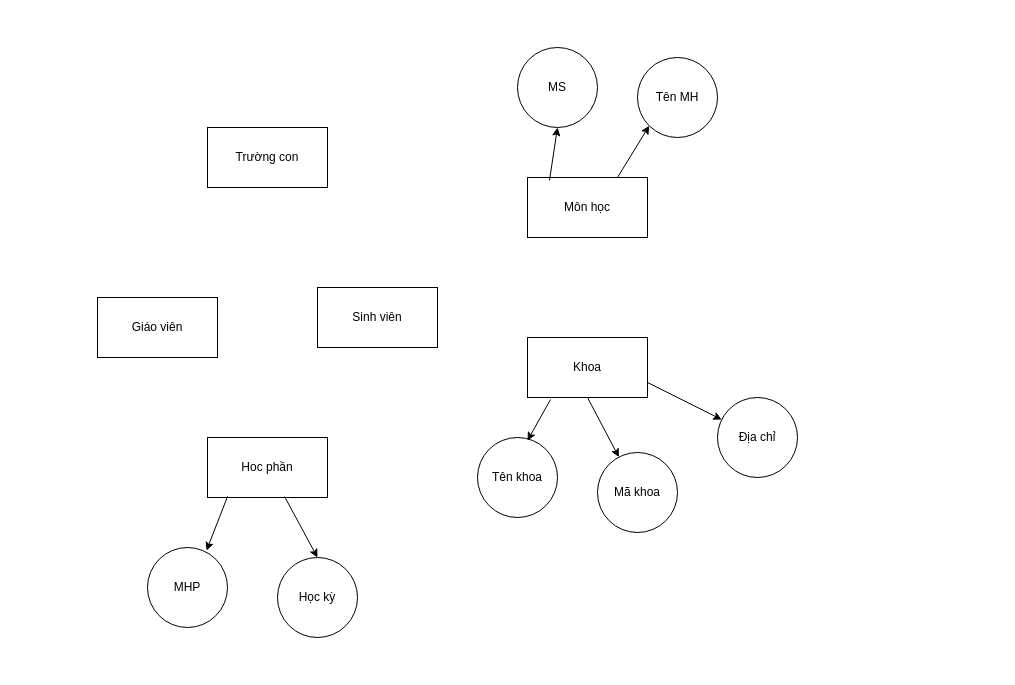
Above: luoc_do_ER_so6.drawio in Drizzle210/hello-world (draw.io), before the change. Source tidied: cells renumbered, new cells numbered last; positions are measured from the earlier drawing's top-left corner, leaving out a move shared by most shapes. Both pictures are drawn from the tidied source at 100%, with x=0, y=0 at pixel (97, 47).
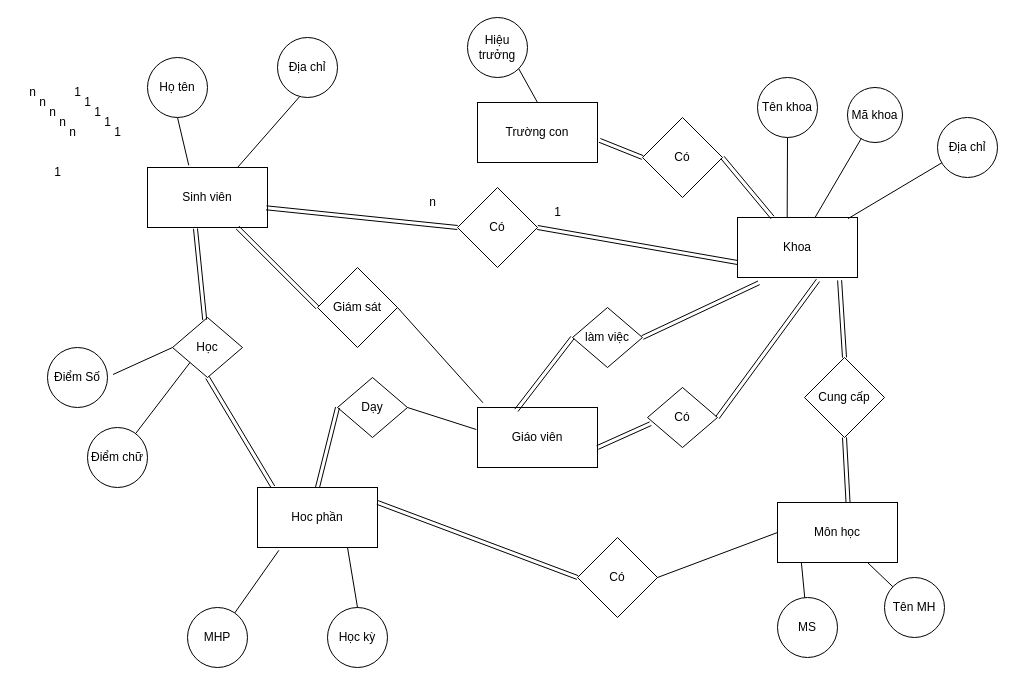
After the change.

Commit message:
Cập nhật luoc_do_ER_so6.drawio

The edit, as a diff of the source:
```diff
@@
     <mxCell id="2" value="Trường con" style="rounded=0;whiteSpace=wrap;html=1;" parent="1" vertex="1">
-      <mxGeometry x="110" y="80" width="120" height="60" as="geometry" />
+      <mxGeometry x="380" y="55" width="120" height="60" as="geometry" />
     </mxCell>
     <mxCell id="3" value="Khoa" style="rounded=0;whiteSpace=wrap;html=1;" parent="1" vertex="1">
-      <mxGeometry x="430" y="290" width="120" height="60" as="geometry" />
+      <mxGeometry x="640" y="170" width="120" height="60" as="geometry" />
     </mxCell>
     <mxCell id="4" value="Tên khoa" style="ellipse;whiteSpace=wrap;html=1;" parent="1" vertex="1">
-      <mxGeometry x="380" y="390" width="80" height="80" as="geometry" />
+      <mxGeometry x="660" y="30" width="60" height="60" as="geometry" />
     </mxCell>
     <mxCell id="5" value="Mã khoa" style="ellipse;whiteSpace=wrap;html=1;" parent="1" vertex="1">
-      <mxGeometry x="500" y="405" width="80" height="80" as="geometry" />
+      <mxGeometry x="750" y="40" width="55" height="55" as="geometry" />
     </mxCell>
     <mxCell id="6" value="Địa chỉ" style="ellipse;whiteSpace=wrap;html=1;" parent="1" vertex="1">
-      <mxGeometry x="620" y="350" width="80" height="80" as="geometry" />
+      <mxGeometry x="840" y="70" width="60" height="60" as="geometry" />
     </mxCell>
+    <mxCell id="10" value="Môn học" style="rounded=0;whiteSpace=wrap;html=1;" parent="1" vertex="1">
+      <mxGeometry x="680" y="455" width="120" height="60" as="geometry" />
+    </mxCell>
+    <mxCell id="11" value="Tên MH" style="ellipse;whiteSpace=wrap;html=1;" parent="1" vertex="1">
+      <mxGeometry x="787" y="530" width="60" height="60" as="geometry" />
+    </mxCell>
+    <mxCell id="12" value="MS" style="ellipse;whiteSpace=wrap;html=1;" parent="1" vertex="1">
+      <mxGeometry x="680" y="550" width="60" height="60" as="geometry" />
+    </mxCell>
+    <mxCell id="15" value="Hoc phần" style="rounded=0;whiteSpace=wrap;html=1;" parent="1" vertex="1">
+      <mxGeometry x="160" y="440" width="120" height="60" as="geometry" />
+    </mxCell>
+    <mxCell id="16" value="MHP" style="ellipse;whiteSpace=wrap;html=1;" parent="1" vertex="1">
+      <mxGeometry x="90" y="560" width="60" height="60" as="geometry" />
+    </mxCell>
+    <mxCell id="17" value="Học kỳ" style="ellipse;whiteSpace=wrap;html=1;" parent="1" vertex="1">
+      <mxGeometry x="230" y="560" width="60" height="60" as="geometry" />
+    </mxCell>
+    <mxCell id="20" value="Giáo viên" style="rounded=0;whiteSpace=wrap;html=1;" parent="1" vertex="1">
+      <mxGeometry x="380" y="360" width="120" height="60" as="geometry" />
+    </mxCell>
+    <mxCell id="21" value="Sinh viên" style="rounded=0;whiteSpace=wrap;html=1;" parent="1" vertex="1">
+      <mxGeometry x="50" y="120" width="120" height="60" as="geometry" />
+    </mxCell>
+    <mxCell id="22" value="Họ tên" style="ellipse;whiteSpace=wrap;html=1;" parent="1" vertex="1">
+      <mxGeometry x="50" y="10" width="60" height="60" as="geometry" />
+    </mxCell>
+    <mxCell id="23" value="Địa chỉ" style="ellipse;whiteSpace=wrap;html=1;" parent="1" vertex="1">
+      <mxGeometry x="180" y="-10" width="60" height="60" as="geometry" />
+    </mxCell>
+    <mxCell id="13" style="endArrow=none;html=1;rounded=0;exitX=0.199;exitY=1;exitDx=0;exitDy=0;exitPerimeter=0;" parent="1" edge="1" source="10" target="12">
+      <mxGeometry relative="1" as="geometry" />
+    </mxCell>
+    <mxCell id="14" style="endArrow=none;html=1;rounded=0;exitX=0.75;exitY=1;exitDx=0;exitDy=0;" parent="1" edge="1" source="10" target="11">
+      <mxGeometry relative="1" as="geometry" />
+    </mxCell>
-    <mxCell id="7" style="endArrow=classic;html=1;rounded=0;exitX=0.192;exitY=1.033;exitDx=0;exitDy=0;exitPerimeter=0;entryX=0.625;entryY=0.038;entryDx=0;entryDy=0;entryPerimeter=0;" parent="1" edge="1" source="3" target="4">
+    <mxCell id="7" style="endArrow=none;html=1;rounded=0;entryX=0.5;entryY=1;entryDx=0;entryDy=0;exitX=0.414;exitY=-0.008;exitDx=0;exitDy=0;exitPerimeter=0;" parent="1" edge="1" source="3" target="4">
       <mxGeometry relative="1" as="geometry" />
     </mxCell>
-    <mxCell id="8" style="endArrow=classic;html=1;rounded=0;exitX=0.5;exitY=1;exitDx=0;exitDy=0;" parent="1" edge="1" source="3" target="5">
+    <mxCell id="8" style="endArrow=none;html=1;rounded=0;" parent="1" edge="1" source="3" target="5">
       <mxGeometry relative="1" as="geometry" />
     </mxCell>
-    <mxCell id="9" style="endArrow=classic;html=1;rounded=0;exitX=1;exitY=0.75;exitDx=0;exitDy=0;" parent="1" edge="1" source="3" target="6">
+    <mxCell id="9" style="endArrow=none;html=1;rounded=0;exitX=0.921;exitY=0.019;exitDx=0;exitDy=0;exitPerimeter=0;" parent="1" edge="1" source="3" target="6">
       <mxGeometry relative="1" as="geometry" />
     </mxCell>
-    <mxCell id="10" value="Môn học" style="rounded=0;whiteSpace=wrap;html=1;" parent="1" vertex="1">
-      <mxGeometry x="430" y="130" width="120" height="60" as="geometry" />
-    </mxCell>
-    <mxCell id="11" value="Tên MH" style="ellipse;whiteSpace=wrap;html=1;" parent="1" vertex="1">
-      <mxGeometry x="540" y="10" width="80" height="80" as="geometry" />
-    </mxCell>
-    <mxCell id="12" value="MS" style="ellipse;whiteSpace=wrap;html=1;" parent="1" vertex="1">
-      <mxGeometry x="420" width="80" height="80" as="geometry" />
-    </mxCell>
-    <mxCell id="13" style="endArrow=classic;html=1;rounded=0;exitX=0.183;exitY=0.05;exitDx=0;exitDy=0;exitPerimeter=0;entryX=0.5;entryY=1;entryDx=0;entryDy=0;" parent="1" edge="1" source="10" target="12">
-      <mxGeometry relative="1" as="geometry" />
-    </mxCell>
-    <mxCell id="14" style="endArrow=classic;html=1;rounded=0;exitX=0.75;exitY=0;exitDx=0;exitDy=0;entryX=0;entryY=1;entryDx=0;entryDy=0;" parent="1" edge="1" source="10" target="11">
-      <mxGeometry relative="1" as="geometry" />
-    </mxCell>
-    <mxCell id="15" value="Hoc phần" style="rounded=0;whiteSpace=wrap;html=1;" parent="1" vertex="1">
-      <mxGeometry x="110" y="390" width="120" height="60" as="geometry" />
-    </mxCell>
-    <mxCell id="16" value="MHP" style="ellipse;whiteSpace=wrap;html=1;" parent="1" vertex="1">
-      <mxGeometry x="50" y="500" width="80" height="80" as="geometry" />
-    </mxCell>
-    <mxCell id="17" value="Học kỳ" style="ellipse;whiteSpace=wrap;html=1;" parent="1" vertex="1">
-      <mxGeometry x="180" y="510" width="80" height="80" as="geometry" />
-    </mxCell>
-    <mxCell id="18" style="endArrow=classic;html=1;rounded=0;exitX=0.167;exitY=0.983;exitDx=0;exitDy=0;exitPerimeter=0;entryX=0.738;entryY=0.038;entryDx=0;entryDy=0;entryPerimeter=0;" parent="1" edge="1" source="15" target="16">
-      <mxGeometry relative="1" as="geometry" />
-    </mxCell>
-    <mxCell id="19" style="endArrow=classic;html=1;rounded=0;exitX=0.642;exitY=0.983;exitDx=0;exitDy=0;exitPerimeter=0;entryX=0.5;entryY=0;entryDx=0;entryDy=0;" parent="1" edge="1" source="15" target="17">
-      <mxGeometry relative="1" as="geometry" />
-    </mxCell>
-    <mxCell id="20" value="Giáo viên" style="rounded=0;whiteSpace=wrap;html=1;" parent="1" vertex="1">
-      <mxGeometry y="250" width="120" height="60" as="geometry" />
-    </mxCell>
-    <mxCell id="21" value="Sinh viên" style="rounded=0;whiteSpace=wrap;html=1;" parent="1" vertex="1">
-      <mxGeometry x="220" y="240" width="120" height="60" as="geometry" />
-    </mxCell>
+    <mxCell id="24" style="endArrow=none;html=1;rounded=0;entryX=0.178;entryY=1.047;entryDx=0;entryDy=0;entryPerimeter=0;" parent="1" edge="1" source="16" target="15">
+      <mxGeometry relative="1" as="geometry" />
+    </mxCell>
+    <mxCell id="25" style="endArrow=none;html=1;rounded=0;entryX=0.75;entryY=1;entryDx=0;entryDy=0;exitX=0.5;exitY=0;exitDx=0;exitDy=0;" parent="1" edge="1" source="17" target="15">
+      <mxGeometry relative="1" as="geometry" />
+    </mxCell>
+    <mxCell id="26" style="endArrow=none;html=1;rounded=0;entryX=0.75;entryY=0;entryDx=0;entryDy=0;exitX=0.371;exitY=0.983;exitDx=0;exitDy=0;exitPerimeter=0;" parent="1" edge="1" source="23" target="21">
+      <mxGeometry relative="1" as="geometry" />
+    </mxCell>
+    <mxCell id="27" style="endArrow=none;html=1;rounded=0;entryX=0.344;entryY=-0.036;entryDx=0;entryDy=0;exitX=0.5;exitY=1;exitDx=0;exitDy=0;entryPerimeter=0;" parent="1" edge="1" source="22" target="21">
+      <mxGeometry relative="1" as="geometry" />
+    </mxCell>
+    <mxCell id="28" value="Hiệu trưởng" style="ellipse;whiteSpace=wrap;html=1;" parent="1" vertex="1">
+      <mxGeometry x="370" y="-30" width="60" height="60" as="geometry" />
+    </mxCell>
+    <mxCell id="29" style="endArrow=none;html=1;rounded=0;entryX=0.5;entryY=0;entryDx=0;entryDy=0;exitX=1;exitY=1;exitDx=0;exitDy=0;" parent="1" edge="1" source="28" target="2">
+      <mxGeometry relative="1" as="geometry" />
+    </mxCell>
+    <mxCell id="30" value="Có" style="rhombus;whiteSpace=wrap;html=1;" parent="1" vertex="1">
+      <mxGeometry x="545" y="70" width="80" height="80" as="geometry" />
+    </mxCell>
+    <mxCell id="31" style="shape=link;html=1;rounded=0;entryX=0;entryY=0.5;entryDx=0;entryDy=0;exitX=1.018;exitY=0.631;exitDx=0;exitDy=0;exitPerimeter=0;" parent="1" edge="1" source="2" target="30">
+      <mxGeometry relative="1" as="geometry" />
+    </mxCell>
+    <mxCell id="32" style="shape=link;html=1;rounded=0;exitX=1;exitY=0.5;exitDx=0;exitDy=0;" parent="1" edge="1" source="30" target="3">
+      <mxGeometry relative="1" as="geometry" />
+    </mxCell>
+    <mxCell id="33" value="Cung cấp" style="rhombus;whiteSpace=wrap;html=1;" parent="1" vertex="1">
+      <mxGeometry x="707" y="310" width="80" height="80" as="geometry" />
+    </mxCell>
+    <mxCell id="34" style="shape=link;html=1;rounded=0;exitX=0.5;exitY=0;exitDx=0;exitDy=0;entryX=0.851;entryY=1.047;entryDx=0;entryDy=0;entryPerimeter=0;" parent="1" edge="1" source="33" target="3">
+      <mxGeometry relative="1" as="geometry" />
+    </mxCell>
+    <mxCell id="35" style="shape=link;html=1;rounded=0;entryX=0.5;entryY=1;entryDx=0;entryDy=0;exitX=0.588;exitY=0.006;exitDx=0;exitDy=0;exitPerimeter=0;" parent="1" edge="1" source="10" target="33">
+      <mxGeometry relative="1" as="geometry" />
+    </mxCell>
+    <mxCell id="36" value="Có" style="rhombus;whiteSpace=wrap;html=1;" parent="1" vertex="1">
+      <mxGeometry x="480" y="490" width="80" height="80" as="geometry" />
+    </mxCell>
+    <mxCell id="37" style="shape=link;html=1;rounded=0;entryX=0;entryY=0.5;entryDx=0;entryDy=0;exitX=1;exitY=0.25;exitDx=0;exitDy=0;" parent="1" edge="1" source="15" target="36">
+      <mxGeometry relative="1" as="geometry" />
+    </mxCell>
+    <mxCell id="38" style="endArrow=none;html=1;rounded=0;exitX=1;exitY=0.5;exitDx=0;exitDy=0;entryX=0;entryY=0.5;entryDx=0;entryDy=0;" parent="1" edge="1" source="36" target="10">
+      <mxGeometry relative="1" as="geometry" />
+    </mxCell>
+    <mxCell id="39" value="Có" style="rhombus;whiteSpace=wrap;html=1;" parent="1" vertex="1">
+      <mxGeometry x="550" y="340" width="70" height="60" as="geometry" />
+    </mxCell>
+    <mxCell id="40" style="shape=link;html=1;rounded=0;exitX=1;exitY=0.5;exitDx=0;exitDy=0;entryX=0.671;entryY=1.047;entryDx=0;entryDy=0;entryPerimeter=0;" parent="1" edge="1" source="39" target="3">
+      <mxGeometry relative="1" as="geometry" />
+    </mxCell>
+    <mxCell id="41" style="shape=link;html=1;rounded=0;exitX=1;exitY=0.667;exitDx=0;exitDy=0;entryX=0.043;entryY=0.603;entryDx=0;entryDy=0;entryPerimeter=0;exitPerimeter=0;" parent="1" edge="1" source="20" target="39">
+      <mxGeometry relative="1" as="geometry" />
+    </mxCell>
+    <mxCell id="42" value="làm việc" style="rhombus;whiteSpace=wrap;html=1;" parent="1" vertex="1">
+      <mxGeometry x="475" y="260" width="70" height="60" as="geometry" />
+    </mxCell>
+    <mxCell id="43" style="shape=link;html=1;rounded=0;exitX=1;exitY=0.5;exitDx=0;exitDy=0;entryX=0.178;entryY=1.089;entryDx=0;entryDy=0;entryPerimeter=0;" parent="1" edge="1" source="42" target="3">
+      <mxGeometry relative="1" as="geometry" />
+    </mxCell>
+    <mxCell id="44" style="shape=link;html=1;rounded=0;exitX=0.324;exitY=0.047;exitDx=0;exitDy=0;entryX=0;entryY=0.5;entryDx=0;entryDy=0;exitPerimeter=0;" parent="1" edge="1" source="20" target="42">
+      <mxGeometry relative="1" as="geometry" />
+    </mxCell>
+    <mxCell id="45" value="Dạy" style="rhombus;whiteSpace=wrap;html=1;" parent="1" vertex="1">
+      <mxGeometry x="240" y="330" width="70" height="60" as="geometry" />
+    </mxCell>
+    <mxCell id="46" style="endArrow=none;html=1;rounded=0;exitX=-0.01;exitY=0.367;exitDx=0;exitDy=0;entryX=1;entryY=0.5;entryDx=0;entryDy=0;exitPerimeter=0;" parent="1" edge="1" source="20" target="45">
+      <mxGeometry relative="1" as="geometry" />
+    </mxCell>
+    <mxCell id="47" style="shape=link;html=1;rounded=0;exitX=0.5;exitY=0;exitDx=0;exitDy=0;entryX=0;entryY=0.5;entryDx=0;entryDy=0;" parent="1" edge="1" source="15" target="45">
+      <mxGeometry relative="1" as="geometry" />
+    </mxCell>
+    <mxCell id="48" value="Học" style="rhombus;whiteSpace=wrap;html=1;" parent="1" vertex="1">
+      <mxGeometry x="75" y="270" width="70" height="60" as="geometry" />
+    </mxCell>
+    <mxCell id="49" style="shape=link;html=1;rounded=0;exitX=0.4;exitY=1.019;exitDx=0;exitDy=0;exitPerimeter=0;" parent="1" edge="1" source="21" target="48">
+      <mxGeometry relative="1" as="geometry" />
+    </mxCell>
+    <mxCell id="50" style="shape=link;html=1;rounded=0;exitX=0.129;exitY=-0.008;exitDx=0;exitDy=0;entryX=0.5;entryY=1;entryDx=0;entryDy=0;exitPerimeter=0;" parent="1" edge="1" source="15" target="48">
+      <mxGeometry relative="1" as="geometry" />
+    </mxCell>
+    <mxCell id="51" value="Có" style="rhombus;whiteSpace=wrap;html=1;" parent="1" vertex="1">
+      <mxGeometry x="360" y="140" width="80" height="80" as="geometry" />
+    </mxCell>
+    <mxCell id="52" style="shape=link;html=1;rounded=0;entryX=0;entryY=0.5;entryDx=0;entryDy=0;exitX=0.99;exitY=0.672;exitDx=0;exitDy=0;exitPerimeter=0;" parent="1" edge="1" source="21" target="51">
+      <mxGeometry relative="1" as="geometry" />
+    </mxCell>
+    <mxCell id="53" style="shape=link;html=1;rounded=0;exitX=1;exitY=0.5;exitDx=0;exitDy=0;entryX=0;entryY=0.75;entryDx=0;entryDy=0;" parent="1" edge="1" source="51" target="3">
+      <mxGeometry relative="1" as="geometry" />
+    </mxCell>
+    <mxCell id="54" value="Giám sát" style="rhombus;whiteSpace=wrap;html=1;" parent="1" vertex="1">
+      <mxGeometry x="220" y="220" width="80" height="80" as="geometry" />
+    </mxCell>
+    <mxCell id="55" style="shape=link;html=1;rounded=0;entryX=0;entryY=0.5;entryDx=0;entryDy=0;exitX=0.75;exitY=1;exitDx=0;exitDy=0;" parent="1" edge="1" source="21" target="54">
+      <mxGeometry relative="1" as="geometry" />
+    </mxCell>
+    <mxCell id="56" style="endArrow=none;html=1;rounded=0;exitX=0.046;exitY=-0.078;exitDx=0;exitDy=0;entryX=1;entryY=0.5;entryDx=0;entryDy=0;exitPerimeter=0;" parent="1" edge="1" source="20" target="54">
+      <mxGeometry relative="1" as="geometry" />
+    </mxCell>
+    <mxCell id="57" value="Điểm Số" style="ellipse;whiteSpace=wrap;html=1;" parent="1" vertex="1">
+      <mxGeometry x="-50" y="300" width="60" height="60" as="geometry" />
+    </mxCell>
+    <mxCell id="58" value="Điểm chữ" style="ellipse;whiteSpace=wrap;html=1;" parent="1" vertex="1">
+      <mxGeometry x="-10" y="380" width="60" height="60" as="geometry" />
+    </mxCell>
+    <mxCell id="59" style="endArrow=none;html=1;rounded=0;entryX=0;entryY=0.5;entryDx=0;entryDy=0;exitX=1.092;exitY=0.45;exitDx=0;exitDy=0;exitPerimeter=0;" parent="1" edge="1" source="57" target="48">
+      <mxGeometry relative="1" as="geometry" />
+    </mxCell>
+    <mxCell id="60" style="endArrow=none;html=1;rounded=0;entryX=0;entryY=1;entryDx=0;entryDy=0;" parent="1" edge="1" source="58" target="48">
+      <mxGeometry relative="1" as="geometry" />
+    </mxCell>
+    <mxCell id="61" value="n" style="text;html=1;align=center;verticalAlign=middle;strokeColor=none;fillColor=none;" parent="1" vertex="1">
+      <mxGeometry x="-80" y="30" width="30" height="30" as="geometry" />
+    </mxCell>
+    <mxCell id="62" value="1" style="text;html=1;align=center;verticalAlign=middle;strokeColor=none;fillColor=none;" parent="1" vertex="1">
+      <mxGeometry x="-35" y="30" width="30" height="30" as="geometry" />
+    </mxCell>
+    <mxCell id="63" value="1" style="text;html=1;align=center;verticalAlign=middle;strokeColor=none;fillColor=none;" parent="1" vertex="1">
+      <mxGeometry x="-25" y="40" width="30" height="30" as="geometry" />
+    </mxCell>
+    <mxCell id="64" value="1" style="text;html=1;align=center;verticalAlign=middle;strokeColor=none;fillColor=none;" parent="1" vertex="1">
+      <mxGeometry x="-15" y="50" width="30" height="30" as="geometry" />
+    </mxCell>
+    <mxCell id="65" value="1" style="text;html=1;align=center;verticalAlign=middle;strokeColor=none;fillColor=none;" parent="1" vertex="1">
+      <mxGeometry x="-5" y="60" width="30" height="30" as="geometry" />
+    </mxCell>
+    <mxCell id="66" value="1" style="text;html=1;align=center;verticalAlign=middle;strokeColor=none;fillColor=none;" parent="1" vertex="1">
+      <mxGeometry x="5" y="70" width="30" height="30" as="geometry" />
+    </mxCell>
+    <mxCell id="67" value="1" style="text;html=1;align=center;verticalAlign=middle;strokeColor=none;fillColor=none;" parent="1" vertex="1">
+      <mxGeometry x="445" y="150" width="30" height="30" as="geometry" />
+    </mxCell>
+    <mxCell id="68" value="n" style="text;html=1;align=center;verticalAlign=middle;strokeColor=none;fillColor=none;" parent="1" vertex="1">
+      <mxGeometry x="-70" y="40" width="30" height="30" as="geometry" />
+    </mxCell>
+    <mxCell id="69" value="n" style="text;html=1;align=center;verticalAlign=middle;strokeColor=none;fillColor=none;" parent="1" vertex="1">
+      <mxGeometry x="-60" y="50" width="30" height="30" as="geometry" />
+    </mxCell>
+    <mxCell id="70" value="n" style="text;html=1;align=center;verticalAlign=middle;strokeColor=none;fillColor=none;" parent="1" vertex="1">
+      <mxGeometry x="-50" y="60" width="30" height="30" as="geometry" />
+    </mxCell>
+    <mxCell id="71" value="n" style="text;html=1;align=center;verticalAlign=middle;strokeColor=none;fillColor=none;" parent="1" vertex="1">
+      <mxGeometry x="-40" y="70" width="30" height="30" as="geometry" />
+    </mxCell>
+    <mxCell id="72" value="n" style="text;html=1;align=center;verticalAlign=middle;strokeColor=none;fillColor=none;" parent="1" vertex="1">
+      <mxGeometry x="320" y="140" width="30" height="30" as="geometry" />
+    </mxCell>
+    <mxCell id="73" value="1" style="text;html=1;align=center;verticalAlign=middle;strokeColor=none;fillColor=none;" parent="1" vertex="1">
+      <mxGeometry x="-55" y="110" width="30" height="30" as="geometry" />
+    </mxCell>
```
